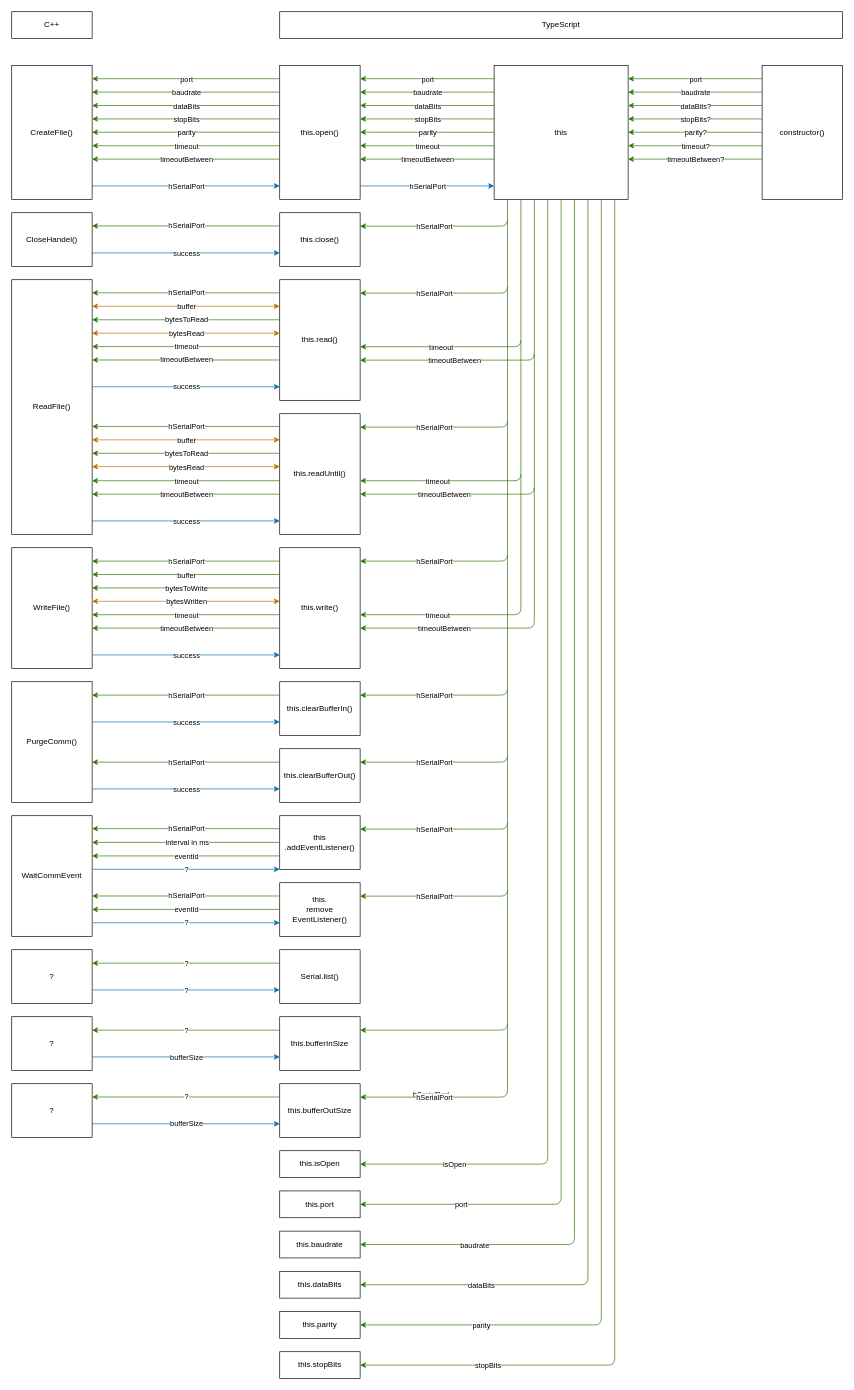
TypeScriptPlayground/Serial keeps this draw.io diagram as schnittstelle.drawio. Above is the earlier version. Source tidied: cells renumbered, new cells numbered last; positions are measured from the earlier drawing's top-left corner, leaving out a move shared by most shapes. Both pictures are drawn from the tidied source at 67%, with x=0, y=0 at pixel (11, 11).
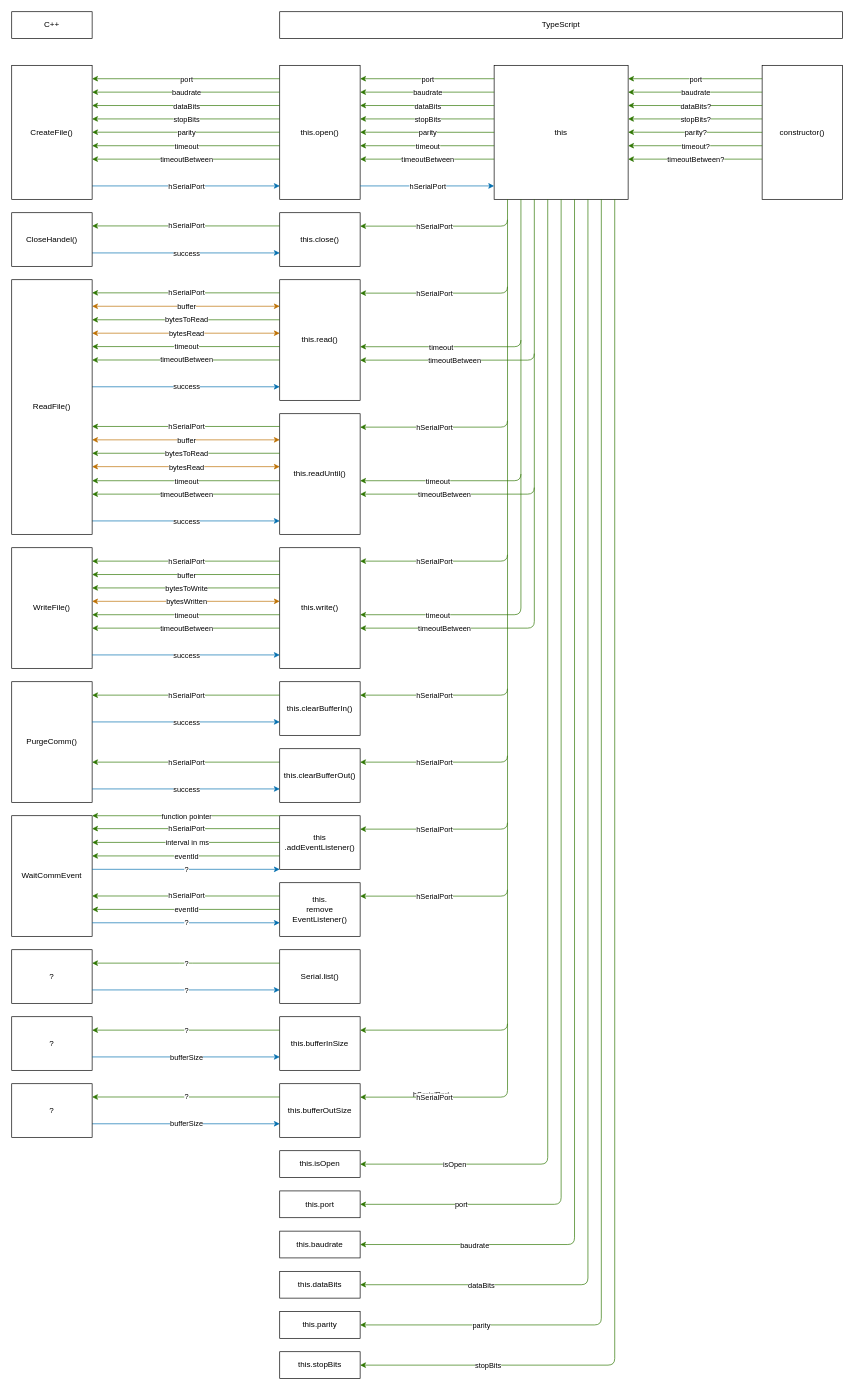
After the change.

Commit message:
docs: :sparkles: added overload param

The edit, as a diff of the source:
```diff
@@
+    <mxCell id="203" style="endArrow=classic;html=1;fillColor=#60a917;strokeColor=#2D7600;" parent="1" edge="1">
+      <mxGeometry relative="1" as="geometry">
+        <mxPoint x="400" y="1200" as="sourcePoint" />
+        <mxPoint x="120" y="1200" as="targetPoint" />
+      </mxGeometry>
+    </mxCell>
+    <mxCell id="204" value="function pointer" style="edgeLabel;html=1;align=center;verticalAlign=middle;" parent="203" vertex="1">
+      <mxGeometry relative="1" as="geometry" />
+    </mxCell>
```
